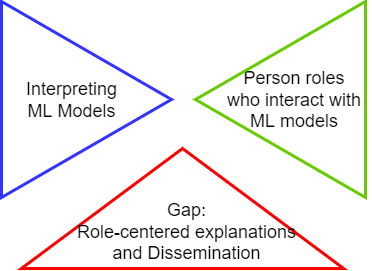
Before: docs/images/research-gap.png, a diagram exported from draw.io (JJCoen/IML). Source tidied: cells renumbered, new cells last; positions are measured from the earlier drawing's top-left corner, leaving out a move shared by most shapes. The source it was exported from:
```xml
<mxGraphModel>
  <root>
    <mxCell id="0" />
    <mxCell id="1" parent="0" />
    <mxCell id="2" value="&lt;font style=&quot;font-size: 18px&quot;&gt;Interpreting&lt;br&gt;ML Models&lt;br&gt;&lt;/font&gt;" style="text;html=1;align=center;verticalAlign=middle;strokeColor=none;fillColor=none;" parent="1" vertex="1">
      <mxGeometry x="15" y="79" width="110" height="40" as="geometry" />
    </mxCell>
    <mxCell id="3" value="Person roles &lt;br&gt;who&amp;nbsp;interact with &lt;br&gt;ML models&amp;nbsp;&lt;br&gt;" style="text;html=1;align=center;verticalAlign=middle;strokeColor=none;fillColor=none;fontSize=18;" parent="1" vertex="1">
      <mxGeometry x="220" y="64" width="150" height="70" as="geometry" />
    </mxCell>
    <mxCell id="4" style="triangle;whiteSpace=wrap;html=1;fontSize=18;fillColor=none;rotation=-180;strokeWidth=3;strokeColor=#66CC00;" parent="1" vertex="1">
      <mxGeometry x="194" width="170" height="196" as="geometry" />
    </mxCell>
    <mxCell id="5" style="triangle;whiteSpace=wrap;html=1;fontSize=18;fillColor=none;rotation=0;strokeWidth=3;strokeColor=#3333FF;" parent="1" vertex="1">
      <mxGeometry width="170" height="196" as="geometry" />
    </mxCell>
    <mxCell id="6" style="triangle;whiteSpace=wrap;html=1;fontSize=18;fillColor=none;rotation=-90;strokeWidth=3;strokeColor=#FF0000;" parent="1" vertex="1">
      <mxGeometry x="121" y="45.9" width="120" height="322.2" as="geometry" />
    </mxCell>
    <mxCell id="7" value="Gap:&lt;br&gt;Role-centered explanations&lt;br&gt;and Dissemination" style="text;html=1;align=center;verticalAlign=middle;strokeColor=none;fillColor=none;fontSize=18;" parent="1" vertex="1">
      <mxGeometry x="69.5" y="196" width="230" height="70" as="geometry" />
    </mxCell>
  </root>
</mxGraphModel>
```
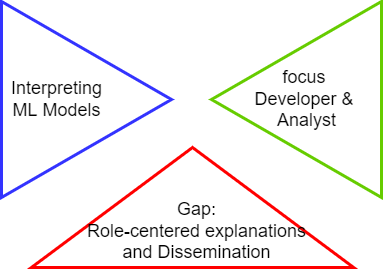
After the commit.

Change to the diagram source:
```diff
@@ -3,16 +3,16 @@
     <mxCell id="0" />
     <mxCell id="1" parent="0" />
     <mxCell id="2" value="&lt;font style=&quot;font-size: 18px&quot;&gt;Interpreting&lt;br&gt;ML Models&lt;br&gt;&lt;/font&gt;" style="text;html=1;align=center;verticalAlign=middle;strokeColor=none;fillColor=none;" parent="1" vertex="1">
-      <mxGeometry x="15" y="79" width="110" height="40" as="geometry" />
+      <mxGeometry x="-10" y="79" width="110" height="40" as="geometry" />
     </mxCell>
-    <mxCell id="3" value="Person roles &lt;br&gt;who&amp;nbsp;interact with &lt;br&gt;ML models&amp;nbsp;&lt;br&gt;" style="text;html=1;align=center;verticalAlign=middle;strokeColor=none;fillColor=none;fontSize=18;" parent="1" vertex="1">
-      <mxGeometry x="220" y="64" width="150" height="70" as="geometry" />
+    <mxCell id="3" value="focus&amp;nbsp;&lt;br&gt;Developer &amp;amp;&amp;nbsp;&lt;br&gt;Analyst" style="text;html=1;align=center;verticalAlign=middle;strokeColor=none;fillColor=none;fontSize=18;" parent="1" vertex="1">
+      <mxGeometry x="235" y="64" width="120" height="70" as="geometry" />
     </mxCell>
     <mxCell id="4" style="triangle;whiteSpace=wrap;html=1;fontSize=18;fillColor=none;rotation=-180;strokeWidth=3;strokeColor=#66CC00;" parent="1" vertex="1">
-      <mxGeometry x="194" width="170" height="196" as="geometry" />
+      <mxGeometry x="200" y="1" width="170" height="196" as="geometry" />
     </mxCell>
     <mxCell id="5" style="triangle;whiteSpace=wrap;html=1;fontSize=18;fillColor=none;rotation=0;strokeWidth=3;strokeColor=#3333FF;" parent="1" vertex="1">
-      <mxGeometry width="170" height="196" as="geometry" />
+      <mxGeometry x="-10" y="1" width="170" height="196" as="geometry" />
     </mxCell>
     <mxCell id="6" style="triangle;whiteSpace=wrap;html=1;fontSize=18;fillColor=none;rotation=-90;strokeWidth=3;strokeColor=#FF0000;" parent="1" vertex="1">
       <mxGeometry x="121" y="45.9" width="120" height="322.2" as="geometry" />
```
